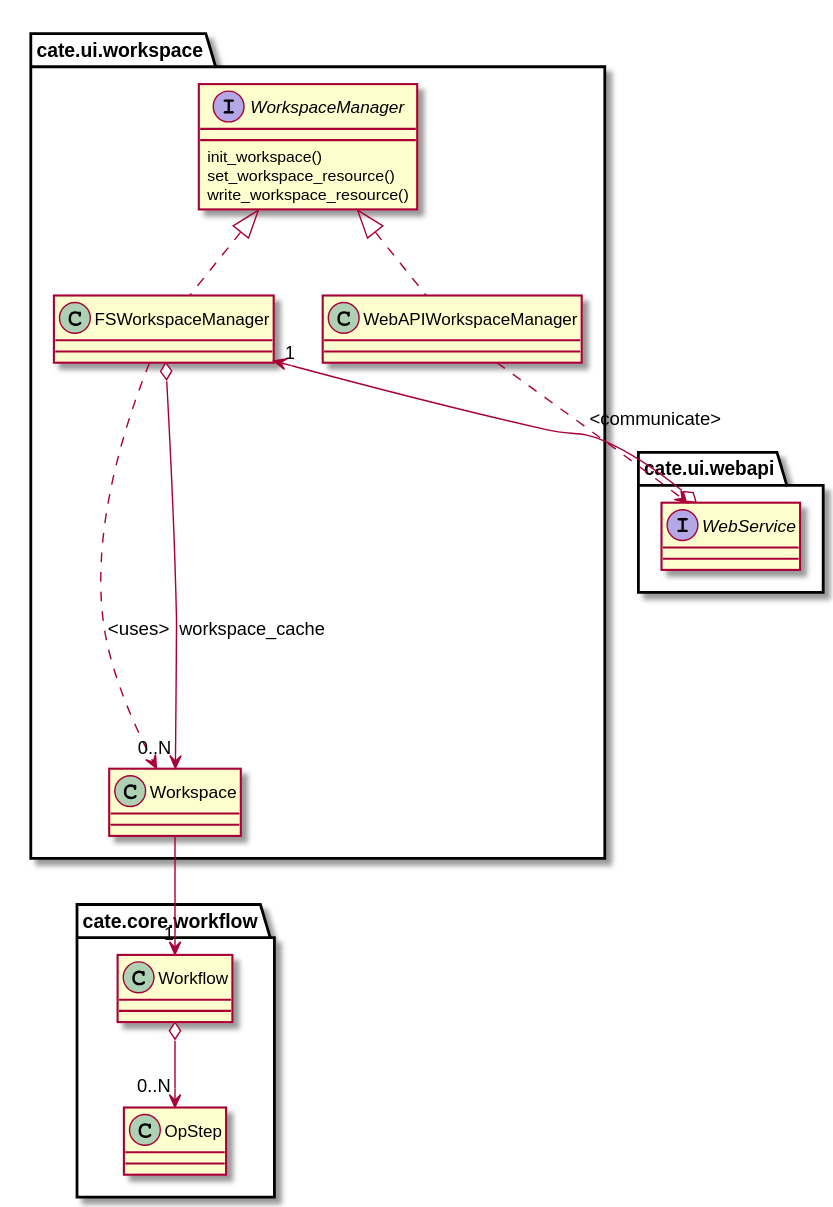
The PlantUML diagram doc/source/_static/uml/workspace.svg in CCI-Tools/cate, before a commit. Its source is kept beside it as doc/source/uml/workspace.puml.
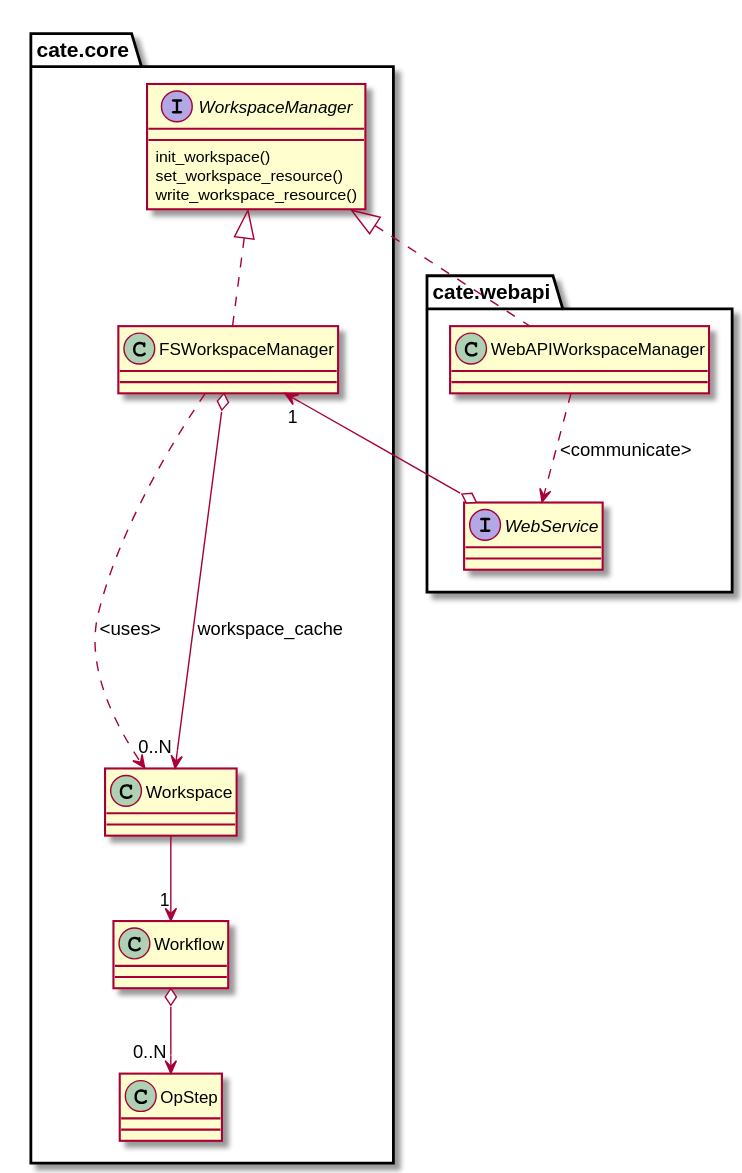
After the change.

What changed in the source:
```diff
@@ -1,31 +1,30 @@
 @startuml
 
-interface cate.ui.workspace.WorkspaceManager {
+interface cate.core.WorkspaceManager {
     init_workspace()
     set_workspace_resource()
     write_workspace_resource()
 }
 
-class cate.ui.workspace.FSWorkspaceManager implements cate.ui.workspace.WorkspaceManager {
+class cate.core.FSWorkspaceManager implements cate.core.WorkspaceManager {
 }
 
-class cate.ui.workspace.WebAPIWorkspaceManager implements cate.ui.workspace.WorkspaceManager {
+class cate.webapi.WebAPIWorkspaceManager implements cate.core.WorkspaceManager {
 }
 
-interface cate.ui.webapi.WebService {
+interface cate.webapi.WebService {
 }
 
-class cate.ui.workspace.Workspace {
+class cate.core.Workspace {
 }
 
 
 
-cate.ui.workspace.WebAPIWorkspaceManager ..> cate.ui.webapi.WebService: <communicate>
-cate.ui.workspace.FSWorkspaceManager ..--> cate.ui.workspace.Workspace: <uses>
-cate.ui.workspace.FSWorkspaceManager o--> "0..N" cate.ui.workspace.Workspace: workspace_cache
-cate.ui.webapi.WebService o--> "1" cate.ui.workspace.FSWorkspaceManager
-cate.ui.workspace.Workspace --> "1" cate.core.workflow.Workflow
-
-cate.core.workflow.Workflow o--> "0..N" cate.core.workflow.OpStep
+cate.webapi.WebAPIWorkspaceManager ..> cate.webapi.WebService: <communicate>
+cate.core.FSWorkspaceManager ..--> cate.core.Workspace: <uses>
+cate.core.FSWorkspaceManager o--> "0..N" cate.core.Workspace: workspace_cache
+cate.webapi.WebService o--> "1" cate.core.FSWorkspaceManager
+cate.core.Workspace --> "1" cate.core.Workflow
+cate.core.Workflow o--> "0..N" cate.core.OpStep
 
 @enduml
```
